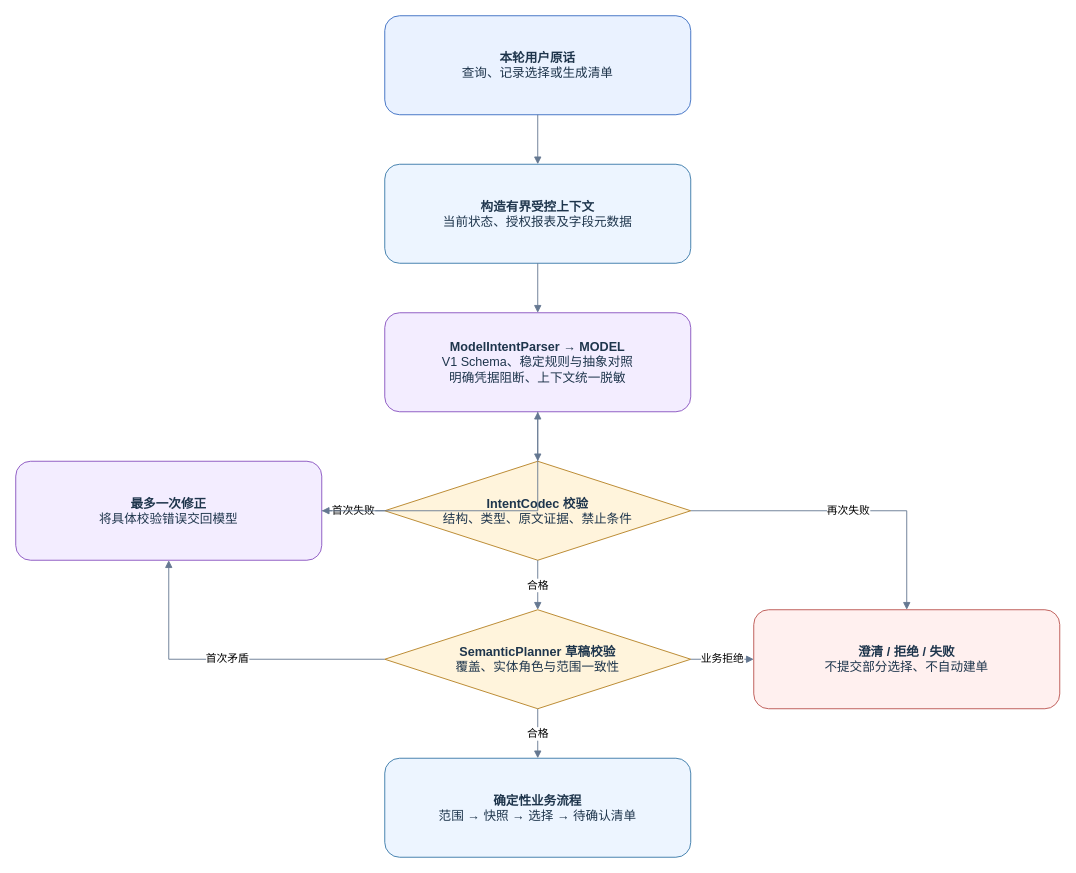
Above: page "02 派单子流程解析与校验" (2 of 10) of docs/diagrams/demo-final/demo-final.drawio in QSZJAVA/agent_demo (draw.io), before the change. Source tidied: cells renumbered, new cells numbered last; positions are measured from the earlier drawing's top-left corner, leaving out a move shared by most shapes. Both pictures are drawn from the tidied source at 90%, with x=0, y=0 at pixel (15, 15).
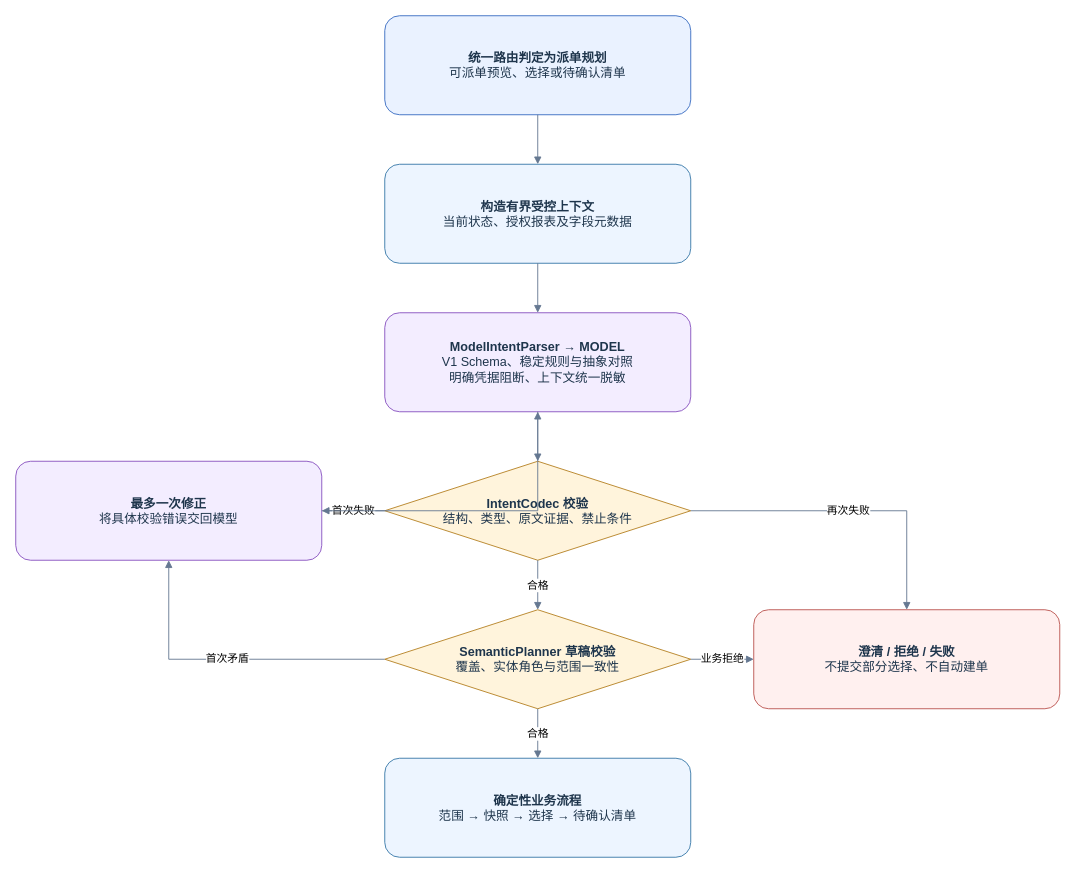
The same diagram, later.

Change to the diagram source:
```diff
@@
 <mxGraphModel>
   <root>
     <mxCell id="0" />
     <mxCell id="1" parent="0" />
-    <mxCell id="2" value="&lt;b&gt;本轮用户原话&lt;/b&gt;&lt;br&gt;查询、记录选择或生成清单" style="rounded=1;whiteSpace=wrap;html=1;fillColor=#eaf2ff;strokeColor=#386bc1;fontColor=#1e354c;fontFamily=Microsoft YaHei;fontSize=14;" parent="1" vertex="1">
+    <mxCell id="2" value="&lt;b&gt;统一路由判定为派单规划&lt;/b&gt;&lt;br&gt;可派单预览、选择或待确认清单" style="rounded=1;whiteSpace=wrap;html=1;fillColor=#eaf2ff;strokeColor=#386bc1;fontColor=#1e354c;fontFamily=Microsoft YaHei;fontSize=14;" parent="1" vertex="1">
       <mxGeometry x="410" width="340" height="110" as="geometry" />
     </mxCell>
     <mxCell id="3" value="&lt;b&gt;构造有界受控上下文&lt;/b&gt;&lt;br&gt;当前状态、授权报表及字段元数据" style="rounded=1;whiteSpace=wrap;html=1;fillColor=#edf5ff;strokeColor=#3778a8;fontColor=#1e354c;fontFamily=Microsoft YaHei;fontSize=14;" parent="1" vertex="1">
       <mxGeometry x="410" y="165" width="340" height="110" as="geometry" />
     </mxCell>
     <mxCell id="4" value="&lt;b&gt;ModelIntentParser → MODEL&lt;/b&gt;&lt;br&gt;V1 Schema、稳定规则与抽象对照&lt;br&gt;明确凭据阻断、上下文统一脱敏" style="rounded=1;whiteSpace=wrap;html=1;fillColor=#f3edff;strokeColor=#8751bf;fontColor=#1e354c;fontFamily=Microsoft YaHei;fontSize=14;" parent="1" vertex="1">
       <mxGeometry x="410" y="330" width="340" height="110" as="geometry" />
     </mxCell>
     <mxCell id="5" value="&lt;b&gt;IntentCodec 校验&lt;/b&gt;&lt;br&gt;结构、类型、原文证据、禁止条件" style="rhombus;whiteSpace=wrap;html=1;fillColor=#fff4dc;strokeColor=#b58022;fontColor=#1e354c;fontFamily=Microsoft YaHei;fontSize=14;" parent="1" vertex="1">
       <mxGeometry x="410" y="495" width="340" height="110" as="geometry" />
     </mxCell>
     <mxCell id="6" value="&lt;b&gt;最多一次修正&lt;/b&gt;&lt;br&gt;将具体校验错误交回模型" style="rounded=1;whiteSpace=wrap;html=1;fillColor=#f3edff;strokeColor=#8751bf;fontColor=#1e354c;fontFamily=Microsoft YaHei;fontSize=14;" parent="1" vertex="1">
       <mxGeometry y="495" width="340" height="110" as="geometry" />
     </mxCell>
     <mxCell id="7" value="&lt;b&gt;SemanticPlanner 草稿校验&lt;/b&gt;&lt;br&gt;覆盖、实体角色与范围一致性" style="rhombus;whiteSpace=wrap;html=1;fillColor=#fff4dc;strokeColor=#b58022;fontColor=#1e354c;fontFamily=Microsoft YaHei;fontSize=14;" parent="1" vertex="1">
       <mxGeometry x="410" y="660" width="340" height="110" as="geometry" />
     </mxCell>
     <mxCell id="8" value="&lt;b&gt;澄清 / 拒绝 / 失败&lt;/b&gt;&lt;br&gt;不提交部分选择、不自动建单" style="rounded=1;whiteSpace=wrap;html=1;fillColor=#fff0ef;strokeColor=#ba534e;fontColor=#1e354c;fontFamily=Microsoft YaHei;fontSize=14;" parent="1" vertex="1">
       <mxGeometry x="820" y="660" width="340" height="110" as="geometry" />
     </mxCell>
     <mxCell id="9" value="&lt;b&gt;确定性业务流程&lt;/b&gt;&lt;br&gt;范围 → 快照 → 选择 → 待确认清单" style="rounded=1;whiteSpace=wrap;html=1;fillColor=#edf5ff;strokeColor=#3778a8;fontColor=#1e354c;fontFamily=Microsoft YaHei;fontSize=14;" parent="1" vertex="1">
       <mxGeometry x="410" y="825" width="340" height="110" as="geometry" />
     </mxCell>
     <mxCell id="10" style="edgeStyle=orthogonalEdgeStyle;rounded=0;html=1;endArrow=block;endFill=1;strokeColor=#657891;fontFamily=Microsoft YaHei;fontSize=12;" parent="1" edge="1" source="2" target="3">
       <mxGeometry relative="1" as="geometry" />
     </mxCell>
     <mxCell id="11" style="edgeStyle=orthogonalEdgeStyle;rounded=0;html=1;endArrow=block;endFill=1;strokeColor=#657891;fontFamily=Microsoft YaHei;fontSize=12;" parent="1" edge="1" source="3" target="4">
       <mxGeometry relative="1" as="geometry" />
     </mxCell>
     <mxCell id="12" style="edgeStyle=orthogonalEdgeStyle;rounded=0;html=1;endArrow=block;endFill=1;strokeColor=#657891;fontFamily=Microsoft YaHei;fontSize=12;" parent="1" edge="1" source="4" target="5">
       <mxGeometry relative="1" as="geometry" />
     </mxCell>
     <mxCell id="13" value="首次失败" style="edgeStyle=orthogonalEdgeStyle;rounded=0;html=1;endArrow=block;endFill=1;strokeColor=#657891;fontFamily=Microsoft YaHei;fontSize=12;" parent="1" edge="1" source="5" target="6">
       <mxGeometry relative="1" as="geometry" />
     </mxCell>
     <mxCell id="14" style="edgeStyle=orthogonalEdgeStyle;rounded=0;html=1;endArrow=block;endFill=1;strokeColor=#657891;fontFamily=Microsoft YaHei;fontSize=12;" parent="1" edge="1" source="6" target="4">
       <mxGeometry relative="1" as="geometry" />
     </mxCell>
     <mxCell id="15" value="合格" style="edgeStyle=orthogonalEdgeStyle;rounded=0;html=1;endArrow=block;endFill=1;strokeColor=#657891;fontFamily=Microsoft YaHei;fontSize=12;" parent="1" edge="1" source="5" target="7">
       <mxGeometry relative="1" as="geometry" />
     </mxCell>
     <mxCell id="16" value="首次矛盾" style="edgeStyle=orthogonalEdgeStyle;rounded=0;html=1;endArrow=block;endFill=1;strokeColor=#657891;fontFamily=Microsoft YaHei;fontSize=12;" parent="1" edge="1" source="7" target="6">
       <mxGeometry relative="1" as="geometry" />
     </mxCell>
     <mxCell id="17" value="再次失败" style="edgeStyle=orthogonalEdgeStyle;rounded=0;html=1;endArrow=block;endFill=1;strokeColor=#657891;fontFamily=Microsoft YaHei;fontSize=12;" parent="1" edge="1" source="5" target="8">
       <mxGeometry relative="1" as="geometry" />
     </mxCell>
     <mxCell id="18" value="业务拒绝" style="edgeStyle=orthogonalEdgeStyle;rounded=0;html=1;endArrow=block;endFill=1;strokeColor=#657891;fontFamily=Microsoft YaHei;fontSize=12;" parent="1" edge="1" source="7" target="8">
       <mxGeometry relative="1" as="geometry" />
     </mxCell>
     <mxCell id="19" value="合格" style="edgeStyle=orthogonalEdgeStyle;rounded=0;html=1;endArrow=block;endFill=1;strokeColor=#657891;fontFamily=Microsoft YaHei;fontSize=12;" parent="1" edge="1" source="7" target="9">
       <mxGeometry relative="1" as="geometry" />
     </mxCell>
   </root>
 </mxGraphModel>
```
